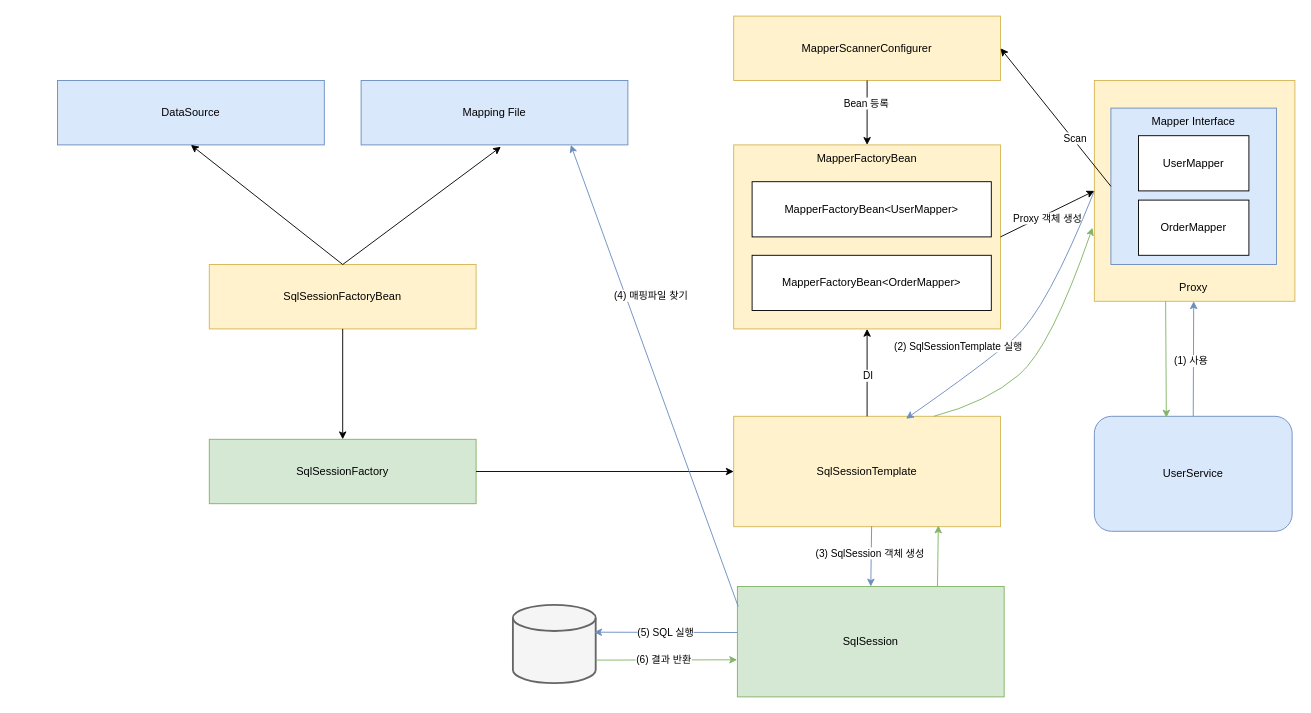
The draw.io diagram page "페이지-4" (4 of 5) of architecture/spring-memory.drawio in TreeStone94/drawio, before the edit. Source tidied: cells renumbered, new cells numbered last; positions are measured from the earlier drawing's top-left corner, leaving out a move shared by most shapes. Both pictures are drawn from the tidied source at 92%, with x=0, y=0 at pixel (57, 16).
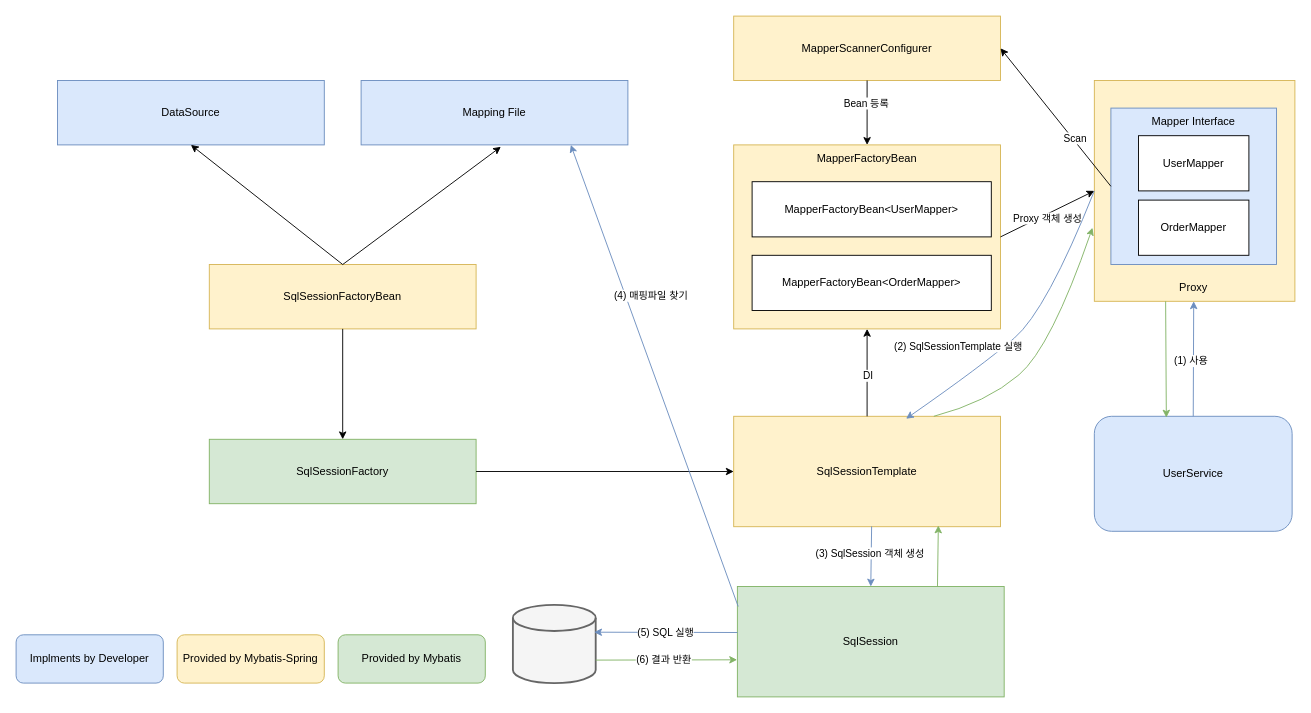
Above is the later version.

Diff of the diagram source:
```diff
@@
+    <mxCell id="48" value="Implments by Developer" style="rounded=1;whiteSpace=wrap;html=1;fillColor=#dae8fc;strokeColor=#6c8ebf;flipH=0;" parent="1" vertex="1">
+      <mxGeometry x="-45" y="672.5" width="160" height="52.5" as="geometry" />
+    </mxCell>
+    <mxCell id="49" value="Provided by Mybatis-Spring" style="rounded=1;whiteSpace=wrap;html=1;fillColor=#fff2cc;strokeColor=#d6b656;flipH=0;" parent="1" vertex="1">
+      <mxGeometry x="130" y="672.5" width="160" height="52.5" as="geometry" />
+    </mxCell>
+    <mxCell id="50" value="Provided by Mybatis" style="rounded=1;whiteSpace=wrap;html=1;fillColor=#d5e8d4;strokeColor=#82b366;flipH=0;" parent="1" vertex="1">
+      <mxGeometry x="305" y="672.5" width="160" height="52.5" as="geometry" />
+    </mxCell>
```
